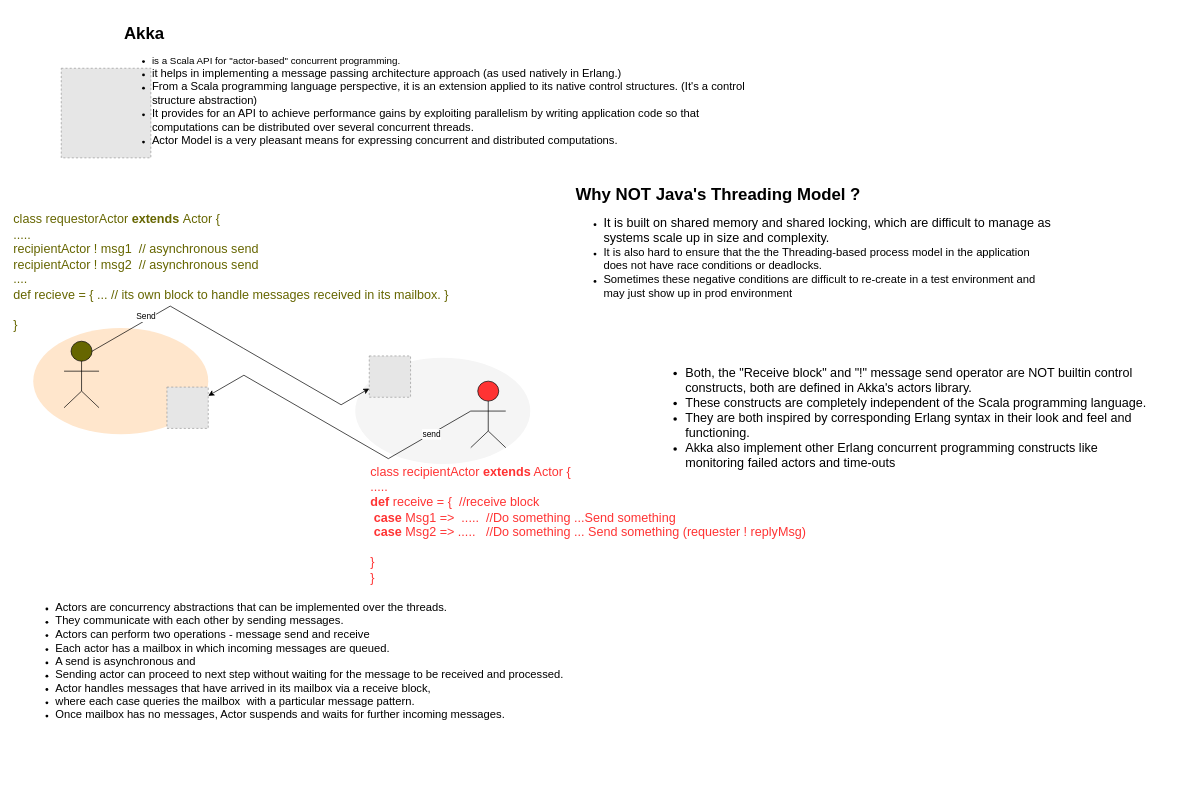
Earlier version of the draw.io diagram Akka and Scala.drawio (gaurjain/drawio). Source tidied: cells renumbered, new cells numbered last; positions are measured from the earlier drawing's top-left corner, leaving out a move shared by most shapes. Both pictures are drawn from the tidied source at 70%, with x=0, y=0 at pixel (12, 19). Pictures stored in the file or linked from it are replaced by grey dashed boxes.
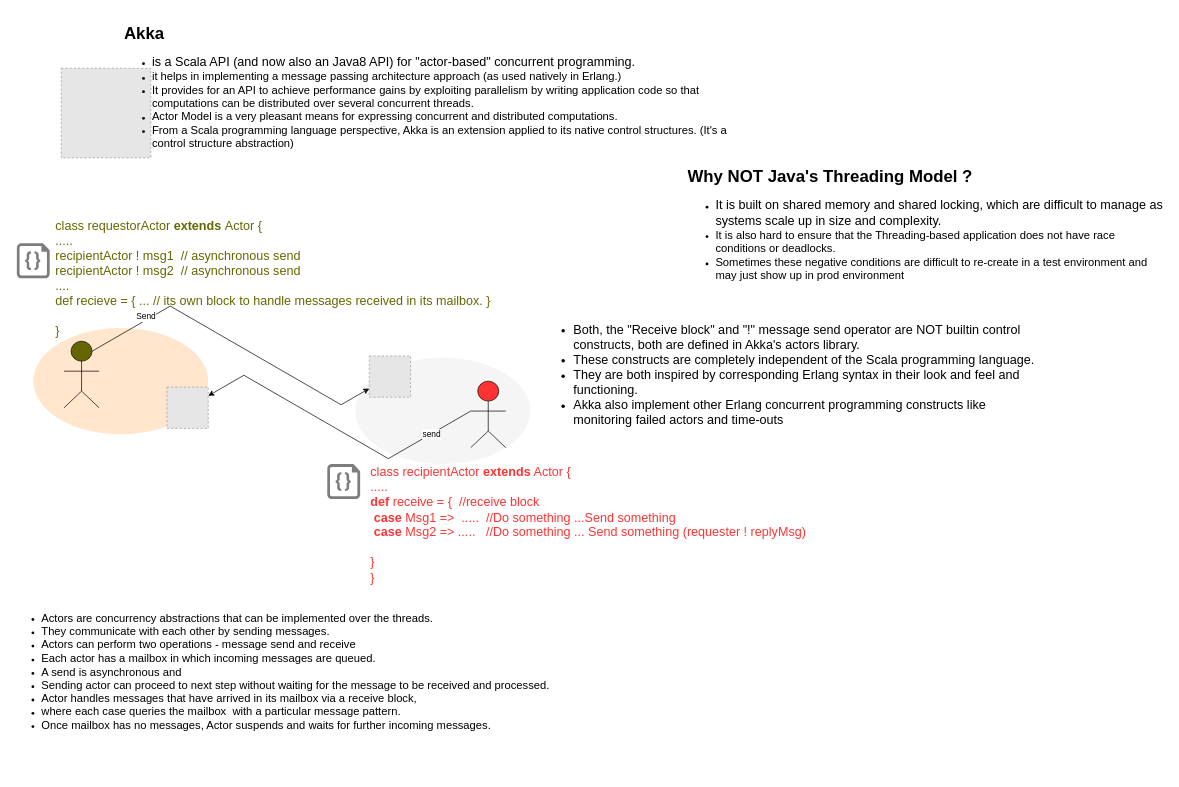
The same page after the edit.

Change to the diagram source:
```diff
@@
-    <mxCell id="4" value="&lt;h1&gt;Akka&lt;/h1&gt;&lt;p&gt;&lt;/p&gt;&lt;ul&gt;&lt;li&gt;&lt;font style=&quot;font-size: 14px&quot;&gt;is a Scala API for &quot;actor-based&quot; concurrent programming.&amp;nbsp;&lt;/font&gt;&lt;/li&gt;&lt;li&gt;&lt;font size=&quot;3&quot;&gt;it helps in implementing a message passing architecture approach (as used natively in Erlang.)&lt;/font&gt;&lt;/li&gt;&lt;li&gt;&lt;font size=&quot;3&quot;&gt;From a Scala programming language perspective, it is an extension applied to its native control structures. (It's a control structure abstraction)&lt;/font&gt;&lt;/li&gt;&lt;li&gt;&lt;font size=&quot;3&quot;&gt;It provides for an API to achieve performance gains by exploiting parallelism by writing application code so that computations can be distributed over several concurrent threads.&lt;/font&gt;&lt;/li&gt;&lt;li&gt;&lt;font size=&quot;3&quot;&gt;Actor Model is a very pleasant means for expressing concurrent and distributed computations.&lt;/font&gt;&amp;nbsp;&lt;/li&gt;&lt;/ul&gt;" style="text;html=1;strokeColor=none;fillColor=none;spacing=5;spacingTop=-20;whiteSpace=wrap;overflow=hidden;rounded=0;" parent="1" vertex="1">
+    <mxCell id="4" value="&lt;h1&gt;Akka&lt;/h1&gt;&lt;p&gt;&lt;/p&gt;&lt;ul&gt;&lt;li&gt;&lt;font style=&quot;font-size: 18px&quot;&gt;is a Scala API (and now also an Java8 API) for &quot;actor-based&quot; concurrent programming.&amp;nbsp;&lt;/font&gt;&lt;/li&gt;&lt;li&gt;&lt;font size=&quot;3&quot;&gt;it helps in implementing a message passing architecture approach (as used natively in Erlang.)&lt;/font&gt;&lt;/li&gt;&lt;li&gt;&lt;font size=&quot;3&quot;&gt;It provides for an API to achieve performance gains by exploiting parallelism by writing application code so that computations can be distributed over several concurrent threads.&lt;/font&gt;&lt;/li&gt;&lt;li&gt;&lt;font size=&quot;3&quot;&gt;Actor Model is a very pleasant means for expressing concurrent and distributed computations.&lt;/font&gt;&amp;nbsp;&lt;/li&gt;&lt;li&gt;&lt;font size=&quot;3&quot;&gt;From a Scala programming language perspective, Akka is an extension applied to its native control structures. (It's a control structure abstraction)&lt;/font&gt;&lt;/li&gt;&lt;/ul&gt;" style="text;html=1;strokeColor=none;fillColor=none;spacing=5;spacingTop=-20;whiteSpace=wrap;overflow=hidden;rounded=0;" parent="1" vertex="1">
       <mxGeometry x="155" width="920" height="230" as="geometry" />
     </mxCell>
-    <mxCell id="5" value="&lt;h1&gt;Why NOT Java's Threading Model ?&lt;/h1&gt;&lt;p&gt;&lt;/p&gt;&lt;ul&gt;&lt;li&gt;&lt;font style=&quot;font-size: 18px&quot;&gt;It is built on shared memory and shared locking, which are difficult to manage as systems scale up in size and complexity.&lt;/font&gt;&lt;/li&gt;&lt;li&gt;&lt;font size=&quot;3&quot;&gt;It is also hard to ensure that the the Threading-based process model in the application does not have race conditions or deadlocks.&amp;nbsp;&lt;/font&gt;&lt;/li&gt;&lt;li&gt;&lt;font size=&quot;3&quot;&gt;Sometimes these negative conditions are difficult to re-create in a test environment and may just show up in prod environment&lt;/font&gt;&lt;/li&gt;&lt;/ul&gt;&lt;p&gt;&lt;/p&gt;" style="text;html=1;strokeColor=none;fillColor=none;spacing=5;spacingTop=-20;whiteSpace=wrap;overflow=hidden;rounded=0;" parent="1" vertex="1">
-      <mxGeometry x="800" y="230" width="690" height="200" as="geometry" />
+    <mxCell id="5" value="&lt;h1&gt;Why NOT Java's Threading Model ?&lt;/h1&gt;&lt;p&gt;&lt;/p&gt;&lt;ul&gt;&lt;li&gt;&lt;font style=&quot;font-size: 18px&quot;&gt;It is built on shared memory and shared locking, which are difficult to manage as systems scale up in size and complexity.&lt;/font&gt;&lt;/li&gt;&lt;li&gt;&lt;font size=&quot;3&quot;&gt;It is also hard to ensure that the Threading-based application does not have race conditions or deadlocks.&amp;nbsp;&lt;/font&gt;&lt;/li&gt;&lt;li&gt;&lt;font size=&quot;3&quot;&gt;Sometimes these negative conditions are difficult to re-create in a test environment and may just show up in prod environment&lt;/font&gt;&lt;/li&gt;&lt;/ul&gt;&lt;p&gt;&lt;/p&gt;" style="text;html=1;strokeColor=none;fillColor=none;spacing=5;spacingTop=-20;whiteSpace=wrap;overflow=hidden;rounded=0;" parent="1" vertex="1">
+      <mxGeometry x="960" y="205" width="690" height="200" as="geometry" />
     </mxCell>
@@
     <mxCell id="16" value="&lt;ul&gt;&lt;li&gt;&lt;span style=&quot;font-size: medium&quot;&gt;Actors are concurrency abstractions that can be implemented over the threads.&amp;nbsp;&lt;/span&gt;&lt;br&gt;&lt;/li&gt;&lt;li&gt;&lt;font size=&quot;3&quot;&gt;They communicate with each other by sending messages.&amp;nbsp;&lt;/font&gt;&lt;/li&gt;&lt;li&gt;&lt;font size=&quot;3&quot;&gt;Actors can perform two operations - message send and receive&lt;/font&gt;&lt;/li&gt;&lt;li&gt;&lt;font size=&quot;3&quot;&gt;Each actor has a mailbox in which incoming messages are queued.&amp;nbsp;&lt;/font&gt;&lt;/li&gt;&lt;li&gt;&lt;font size=&quot;3&quot;&gt;A send is asynchronous and&amp;nbsp;&lt;/font&gt;&lt;/li&gt;&lt;li&gt;&lt;font size=&quot;3&quot;&gt;Sending actor can proceed to next step without waiting for the message to be received and processed.&lt;/font&gt;&lt;/li&gt;&lt;li&gt;&lt;font size=&quot;3&quot;&gt;Actor handles messages that have arrived in its mailbox via a receive block,&amp;nbsp;&lt;/font&gt;&lt;/li&gt;&lt;li&gt;&lt;font size=&quot;3&quot;&gt;where each case queries the mailbox&amp;nbsp; with a particular message pattern.&lt;/font&gt;&lt;/li&gt;&lt;li&gt;&lt;font size=&quot;3&quot;&gt;Once mailbox has no messages, Actor suspends and waits for further incoming messages.&lt;/font&gt;&lt;/li&gt;&lt;/ul&gt;&lt;p&gt;&lt;br&gt;&lt;/p&gt;" style="text;html=1;strokeColor=none;fillColor=none;align=left;verticalAlign=middle;whiteSpace=wrap;rounded=0;" parent="1" vertex="1">
-      <mxGeometry x="20" y="780" width="900" height="300" as="geometry" />
+      <mxGeometry y="810" width="900" height="270" as="geometry" />
     </mxCell>
     <mxCell id="17" value="&lt;font color=&quot;#666600&quot; style=&quot;white-space: nowrap&quot;&gt;&lt;font style=&quot;font-size: 18px ; white-space: normal&quot;&gt;&lt;span style=&quot;white-space: nowrap&quot;&gt;&lt;br&gt;class requestorActor&amp;nbsp;&lt;b&gt;extends&lt;/b&gt;&amp;nbsp;Actor {&lt;br&gt;.....&lt;br&gt;recipientActor ! msg1&amp;nbsp; // asynchronous send&amp;nbsp;&lt;br&gt;recipientActor ! msg2&amp;nbsp;&amp;nbsp;&lt;/span&gt;&lt;/font&gt;&lt;/font&gt;&lt;span style=&quot;white-space: nowrap ; color: rgb(102 , 102 , 0) ; font-size: 18px&quot;&gt;// asynchronous send&lt;/span&gt;&lt;font color=&quot;#666600&quot; style=&quot;white-space: nowrap&quot;&gt;&lt;font style=&quot;font-size: 18px ; white-space: normal&quot;&gt;&lt;span style=&quot;white-space: nowrap&quot;&gt;&lt;br&gt;....&lt;br&gt;def recieve = { ... // its own block to handle messages received in its mailbox. }&lt;br&gt;&lt;/span&gt;&lt;/font&gt;&lt;span style=&quot;font-size: 18px&quot;&gt;&lt;br&gt;}&lt;/span&gt;&lt;/font&gt;" style="text;html=1;strokeColor=none;fillColor=none;align=left;verticalAlign=middle;whiteSpace=wrap;rounded=0;" parent="1" vertex="1">
-      <mxGeometry y="261" width="620" height="180" as="geometry" />
+      <mxGeometry x="60" y="270" width="620" height="180" as="geometry" />
     </mxCell>
     <mxCell id="18" value="&lt;ul style=&quot;font-size: 18px&quot;&gt;&lt;li&gt;Both, the &quot;Receive block&quot; and &quot;!&quot; message send operator are NOT builtin control constructs, both are defined in Akka's actors library.&amp;nbsp;&lt;/li&gt;&lt;li&gt;These constructs are completely independent of the Scala programming language.&amp;nbsp;&lt;/li&gt;&lt;li&gt;They are both inspired by corresponding Erlang syntax in their look and feel and functioning.&amp;nbsp;&lt;/li&gt;&lt;li&gt;Akka also implement other Erlang concurrent programming constructs like monitoring failed actors and time-outs&lt;/li&gt;&lt;/ul&gt;" style="text;html=1;strokeColor=none;fillColor=none;align=left;verticalAlign=middle;whiteSpace=wrap;rounded=0;" parent="1" vertex="1">
-      <mxGeometry x="920" y="470" width="720" height="200" as="geometry" />
+      <mxGeometry x="760" y="427" width="720" height="163" as="geometry" />
     </mxCell>
+    <mxCell id="19" style="shadow=0;dashed=0;html=1;strokeColor=none;labelPosition=center;verticalLabelPosition=bottom;verticalAlign=top;align=center;shape=mxgraph.azure.code_file;fillColor=#7D7D7D;" parent="1" vertex="1">
+      <mxGeometry x="6.5" y="320" width="47" height="50" as="geometry" />
+    </mxCell>
+    <mxCell id="20" style="shadow=0;dashed=0;html=1;strokeColor=none;labelPosition=center;verticalLabelPosition=bottom;verticalAlign=top;align=center;shape=mxgraph.azure.code_file;fillColor=#7D7D7D;" parent="1" vertex="1">
+      <mxGeometry x="450" y="635.5" width="47" height="50" as="geometry" />
+    </mxCell>
```
